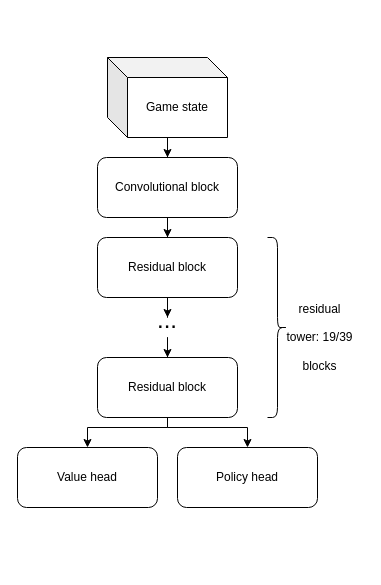
This is page "network" (1 of 4) of doc/figures/alphazero_architecture.drawio from campfireman/bachelor-thesis, a draw.io file, before an edit. Source tidied: cells renumbered, new cells numbered last; positions are measured from the earlier drawing's top-left corner, leaving out a move shared by most shapes. Both pictures are drawn from the tidied source at 100%, with x=0, y=0 at pixel (17, 57).
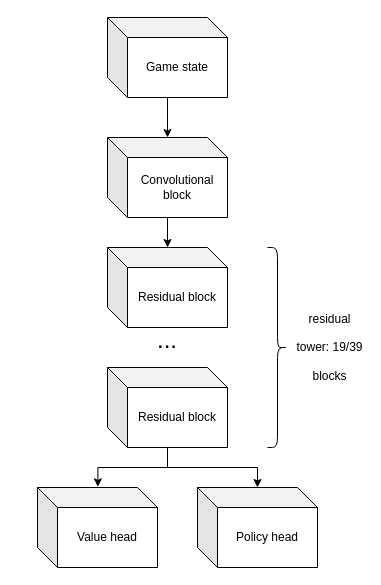
After the change.

Change to the diagram source:
```diff
@@
-    <mxCell id="2" style="edgeStyle=orthogonalEdgeStyle;rounded=0;jettySize=auto;html=1;entryX=0.5;entryY=0;entryDx=0;entryDy=0;" parent="1" edge="1" source="3" target="7">
-      <mxGeometry relative="1" as="geometry" />
-    </mxCell>
-    <mxCell id="3" value="Convolutional block" style="rounded=1;whiteSpace=wrap;html=1;" parent="1" vertex="1">
-      <mxGeometry x="80" y="100" width="140" height="60" as="geometry" />
-    </mxCell>
-    <mxCell id="4" style="edgeStyle=orthogonalEdgeStyle;rounded=0;jettySize=auto;html=1;entryX=0.5;entryY=0;entryDx=0;entryDy=0;" parent="1" edge="1" source="5" target="3">
+    <mxCell id="4" style="edgeStyle=orthogonalEdgeStyle;rounded=0;jettySize=auto;html=1;" parent="1" edge="1" source="5" target="3">
       <mxGeometry relative="1" as="geometry" />
     </mxCell>
     <mxCell id="5" value="Game state" style="shape=cube;whiteSpace=wrap;html=1;boundedLbl=1;backgroundOutline=1;darkOpacity=0.05;darkOpacity2=0.1;" parent="1" vertex="1">
-      <mxGeometry x="90" width="120" height="80" as="geometry" />
+      <mxGeometry x="90" y="-40" width="120" height="80" as="geometry" />
     </mxCell>
-    <mxCell id="6" style="edgeStyle=orthogonalEdgeStyle;rounded=0;jettySize=auto;html=1;entryX=0.5;entryY=0;entryDx=0;entryDy=0;" parent="1" edge="1" source="7" target="14">
-      <mxGeometry relative="1" as="geometry" />
-    </mxCell>
-    <mxCell id="7" value="Residual block" style="rounded=1;whiteSpace=wrap;html=1;" parent="1" vertex="1">
-      <mxGeometry x="80" y="180" width="140" height="60" as="geometry" />
-    </mxCell>
-    <mxCell id="8" style="edgeStyle=orthogonalEdgeStyle;rounded=0;jettySize=auto;html=1;entryX=0.5;entryY=0;entryDx=0;entryDy=0;" parent="1" edge="1" source="10" target="12">
-      <mxGeometry relative="1" as="geometry">
-        <Array as="points">
-          <mxPoint x="150" y="370" />
-          <mxPoint x="230" y="370" />
-        </Array>
-      </mxGeometry>
-    </mxCell>
-    <mxCell id="9" style="edgeStyle=orthogonalEdgeStyle;rounded=0;jettySize=auto;html=1;entryX=0.5;entryY=0;entryDx=0;entryDy=0;" parent="1" edge="1" source="10" target="11">
-      <mxGeometry relative="1" as="geometry">
-        <Array as="points">
-          <mxPoint x="150" y="370" />
-          <mxPoint x="70" y="370" />
-        </Array>
-      </mxGeometry>
-    </mxCell>
-    <mxCell id="10" value="Residual block" style="rounded=1;whiteSpace=wrap;html=1;" parent="1" vertex="1">
-      <mxGeometry x="80" y="300" width="140" height="60" as="geometry" />
-    </mxCell>
-    <mxCell id="11" value="Value head" style="rounded=1;whiteSpace=wrap;html=1;" parent="1" vertex="1">
-      <mxGeometry y="390" width="140" height="60" as="geometry" />
-    </mxCell>
-    <mxCell id="12" value="Policy head" style="rounded=1;whiteSpace=wrap;html=1;" parent="1" vertex="1">
-      <mxGeometry x="160" y="390" width="140" height="60" as="geometry" />
-    </mxCell>
-    <mxCell id="13" style="edgeStyle=orthogonalEdgeStyle;rounded=0;jettySize=auto;html=1;entryX=0.5;entryY=0;entryDx=0;entryDy=0;" parent="1" edge="1" source="14" target="10">
-      <mxGeometry relative="1" as="geometry" />
-    </mxCell>
     <mxCell id="14" value="..." style="text;html=1;strokeColor=none;fillColor=none;align=center;verticalAlign=bottom;whiteSpace=wrap;rounded=0;fontSize=24;" parent="1" vertex="1">
-      <mxGeometry x="130" y="260" width="40" height="20" as="geometry" />
+      <mxGeometry x="130" y="280" width="40" height="20" as="geometry" />
     </mxCell>
     <mxCell id="15" style="shape=curlyBracket;whiteSpace=wrap;html=1;rounded=1;fontSize=24;direction=west;" parent="1" vertex="1">
-      <mxGeometry x="250" y="180" width="20" height="180" as="geometry" />
+      <mxGeometry x="250" y="190" width="20" height="200" as="geometry" />
     </mxCell>
     <mxCell id="16" value="&lt;font style=&quot;font-size: 12px&quot;&gt;residual tower: 19/39&lt;br&gt;blocks&lt;/font&gt;" style="text;html=1;strokeColor=none;fillColor=none;align=center;verticalAlign=bottom;whiteSpace=wrap;rounded=0;fontSize=24;spacing=0;" parent="1" vertex="1">
-      <mxGeometry x="270" y="290" width="65" height="30" as="geometry" />
+      <mxGeometry x="280" y="300" width="65" height="30" as="geometry" />
     </mxCell>
+    <mxCell id="17" style="edgeStyle=orthogonalEdgeStyle;rounded=0;jettySize=auto;html=1;entryX=0.5;entryY=0;entryDx=0;entryDy=0;entryPerimeter=0;" parent="1" edge="1" source="3" target="18">
+      <mxGeometry relative="1" as="geometry" />
+    </mxCell>
+    <mxCell id="3" value="Convolutional block" style="shape=cube;whiteSpace=wrap;html=1;boundedLbl=1;backgroundOutline=1;darkOpacity=0.05;darkOpacity2=0.1;" parent="1" vertex="1">
+      <mxGeometry x="90" y="80" width="120" height="80" as="geometry" />
+    </mxCell>
+    <mxCell id="18" value="Residual block" style="shape=cube;whiteSpace=wrap;html=1;boundedLbl=1;backgroundOutline=1;darkOpacity=0.05;darkOpacity2=0.1;" parent="1" vertex="1">
+      <mxGeometry x="90" y="190" width="120" height="80" as="geometry" />
+    </mxCell>
+    <mxCell id="19" style="edgeStyle=orthogonalEdgeStyle;rounded=0;jettySize=auto;html=1;entryX=0.503;entryY=-0.008;entryDx=0;entryDy=0;entryPerimeter=0;" parent="1" edge="1" source="20" target="11">
+      <mxGeometry relative="1" as="geometry" />
+    </mxCell>
+    <mxCell id="20" value="Residual block" style="shape=cube;whiteSpace=wrap;html=1;boundedLbl=1;backgroundOutline=1;darkOpacity=0.05;darkOpacity2=0.1;" parent="1" vertex="1">
+      <mxGeometry x="90" y="310" width="120" height="80" as="geometry" />
+    </mxCell>
+    <mxCell id="11" value="Value head" style="shape=cube;whiteSpace=wrap;html=1;boundedLbl=1;backgroundOutline=1;darkOpacity=0.05;darkOpacity2=0.1;" parent="1" vertex="1">
+      <mxGeometry x="20" y="430" width="120" height="80" as="geometry" />
+    </mxCell>
+    <mxCell id="21" style="edgeStyle=orthogonalEdgeStyle;rounded=0;jettySize=auto;html=1;entryX=0.5;entryY=1;entryDx=0;entryDy=0;entryPerimeter=0;startArrow=classic;startFill=1;endArrow=none;endFill=0;" parent="1" edge="1" source="12" target="20">
+      <mxGeometry relative="1" as="geometry" />
+    </mxCell>
+    <mxCell id="12" value="&lt;span style=&quot;font-weight: 400&quot;&gt;Policy head&lt;/span&gt;" style="shape=cube;whiteSpace=wrap;html=1;boundedLbl=1;backgroundOutline=1;darkOpacity=0.05;darkOpacity2=0.1;fontStyle=1;" parent="1" vertex="1">
+      <mxGeometry x="180" y="430" width="120" height="80" as="geometry" />
+    </mxCell>
```
